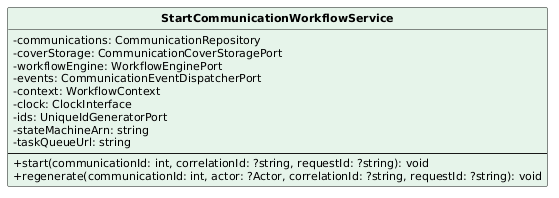
Above: PB/Specifica Tecnica/ImmaginiSpecificaTecnica/ClassiSingoleCommunications/StartCommunicationWorkflowService.png in aLittleByte-19/Documentazione (PlantUML), before the change.
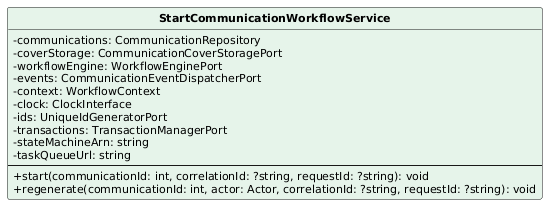
The same file after the commit.

The edit, as a diff of the source:
```diff
@@ -13,10 +13,11 @@
   -context: WorkflowContext
   -clock: ClockInterface
   -ids: UniqueIdGeneratorPort
+  -transactions: TransactionManagerPort
   -stateMachineArn: string
   -taskQueueUrl: string
   --
   +start(communicationId: int, correlationId: ?string, requestId: ?string): void
-  +regenerate(communicationId: int, actor: ?Actor, correlationId: ?string, requestId: ?string): void
+  +regenerate(communicationId: int, actor: Actor, correlationId: ?string, requestId: ?string): void
 }
 @enduml
```
